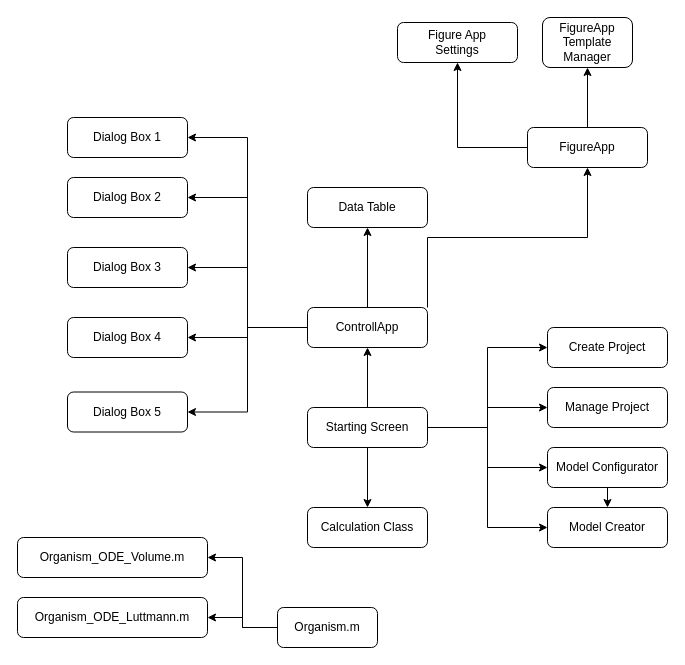
Earlier version of the draw.io diagram page "Page-2" (2 of 2) of Untitled Diagram.drawio (Yumatlab/bioprocesssimulation). Source tidied: cells renumbered, new cells numbered last; positions are measured from the earlier drawing's top-left corner, leaving out a move shared by most shapes. Both pictures are drawn from the tidied source at 100%, with x=0, y=0 at pixel (17, 17).
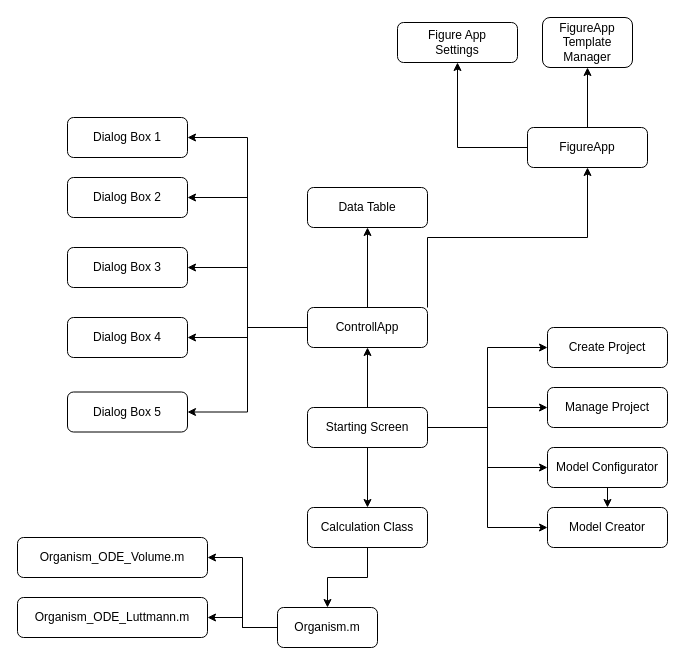
Above is the later version.

Commit message:
MATLAB Class Hierachie

Unchanged cells that the change refers to:
```xml
<mxCell id="17" value="Calculation Class" style="rounded=1;whiteSpace=wrap;html=1;" parent="1" vertex="1">
  <mxGeometry x="290" y="490" width="120" height="40" as="geometry" />
</mxCell>
<mxCell id="36" value="Organism.m" style="rounded=1;whiteSpace=wrap;html=1;" parent="1" vertex="1">
  <mxGeometry x="260" y="590" width="100" height="40" as="geometry" />
</mxCell>
```

Diff of the diagram source:
```diff
@@
+    <mxCell id="39" style="edgeStyle=orthogonalEdgeStyle;rounded=0;jettySize=auto;html=1;exitX=0.5;exitY=1;exitDx=0;exitDy=0;entryX=0.5;entryY=0;entryDx=0;entryDy=0;" parent="1" edge="1" source="17" target="36">
+      <mxGeometry relative="1" as="geometry" />
+    </mxCell>
```
